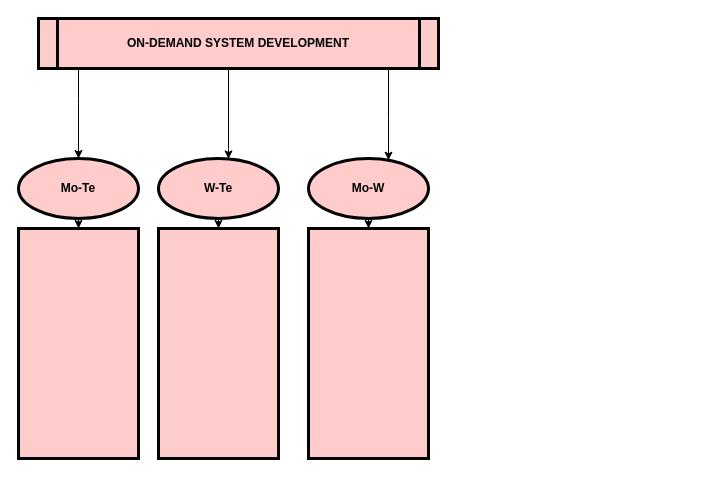
Shreyamkmr/MTPgraphs keeps this draw.io diagram as project workflow.drawio. Above is the earlier version. Source tidied: cells renumbered, new cells numbered last; positions are measured from the earlier drawing's top-left corner, leaving out a move shared by most shapes. Both pictures are drawn from the tidied source at 100%, with x=0, y=0 at pixel (18, 18).
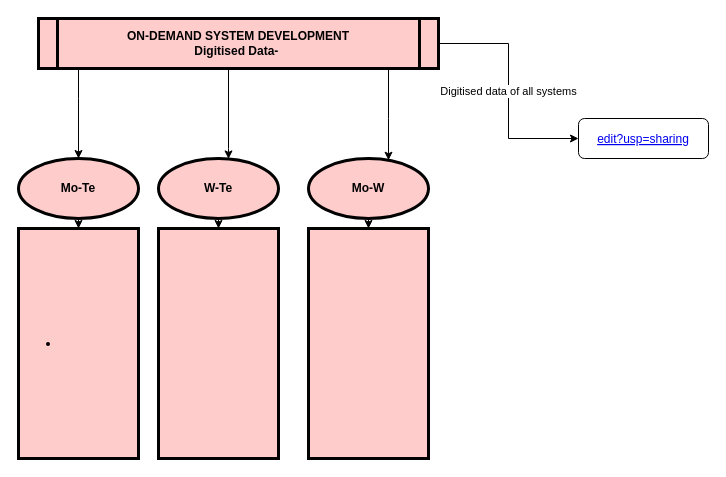
The same diagram, later.

Commit message:
added data liks

The edit, as a diff of the source:
```diff
@@
+    <mxCell id="16" value="Digitised data of all systems&lt;br&gt;" style="edgeStyle=orthogonalEdgeStyle;rounded=0;jettySize=auto;html=1;entryX=0;entryY=0.5;entryDx=0;entryDy=0;" parent="1" edge="1" source="5" target="17">
+      <mxGeometry relative="1" as="geometry" />
+    </mxCell>
-    <mxCell id="5" value="ON-DEMAND SYSTEM DEVELOPMENT" style="shape=process;whiteSpace=wrap;align=center;verticalAlign=middle;size=0.0475;fontStyle=1;strokeWidth=3;fillColor=#FFCCCC;" parent="1" vertex="1">
+    <mxCell id="5" value="ON-DEMAND SYSTEM DEVELOPMENT&#10;Digitised Data- " style="shape=process;whiteSpace=wrap;align=center;verticalAlign=middle;size=0.0475;fontStyle=1;strokeWidth=3;fillColor=#FFCCCC;" parent="1" vertex="1">
       <mxGeometry x="20" width="400" height="50" as="geometry" />
     </mxCell>
@@
-    <mxCell id="13" style="whiteSpace=wrap;html=1;fontStyle=1;strokeWidth=3;fillColor=#FFCCCC;" parent="1" vertex="1">
+    <mxCell id="13" value="&lt;ul&gt;&lt;li&gt;&lt;br&gt;&lt;/li&gt;&lt;/ul&gt;" style="whiteSpace=wrap;html=1;fontStyle=1;strokeWidth=3;fillColor=#FFCCCC;align=left;" parent="1" vertex="1">
       <mxGeometry y="210" width="120" height="230" as="geometry" />
     </mxCell>
@@
+    <mxCell id="17" value="edit?usp=sharing" style="fontColor=#0000EE;fontStyle=4;rounded=1;overflow=hidden;spacing=10;" parent="1" vertex="1">
+      <mxGeometry x="560" y="100" width="130" height="40" as="geometry" />
+    </mxCell>
```
